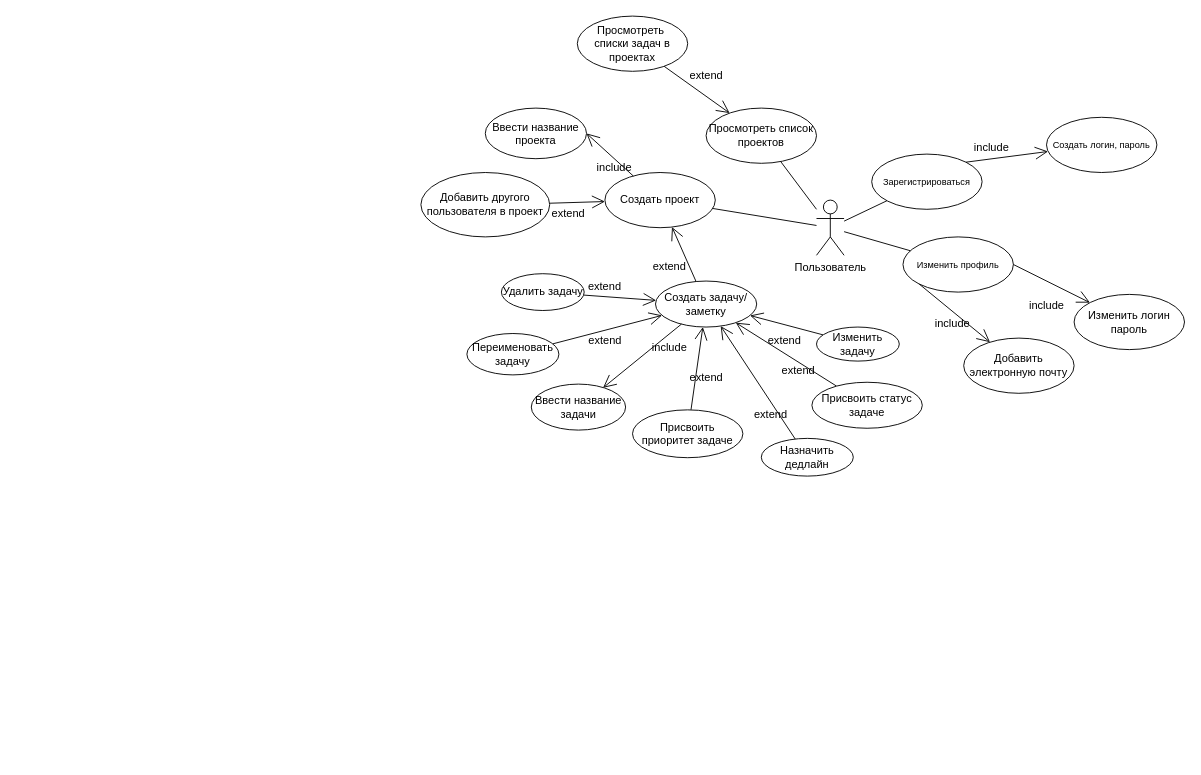
The draw.io diagram doc/use-case.drawio in DeeMassG/Task-Tracker, before the edit. Source tidied: cells renumbered, new cells numbered last; positions are measured from the earlier drawing's top-left corner, leaving out a move shared by most shapes. Both pictures are drawn from the tidied source at 92%, with x=0, y=0 at pixel (420, 16).
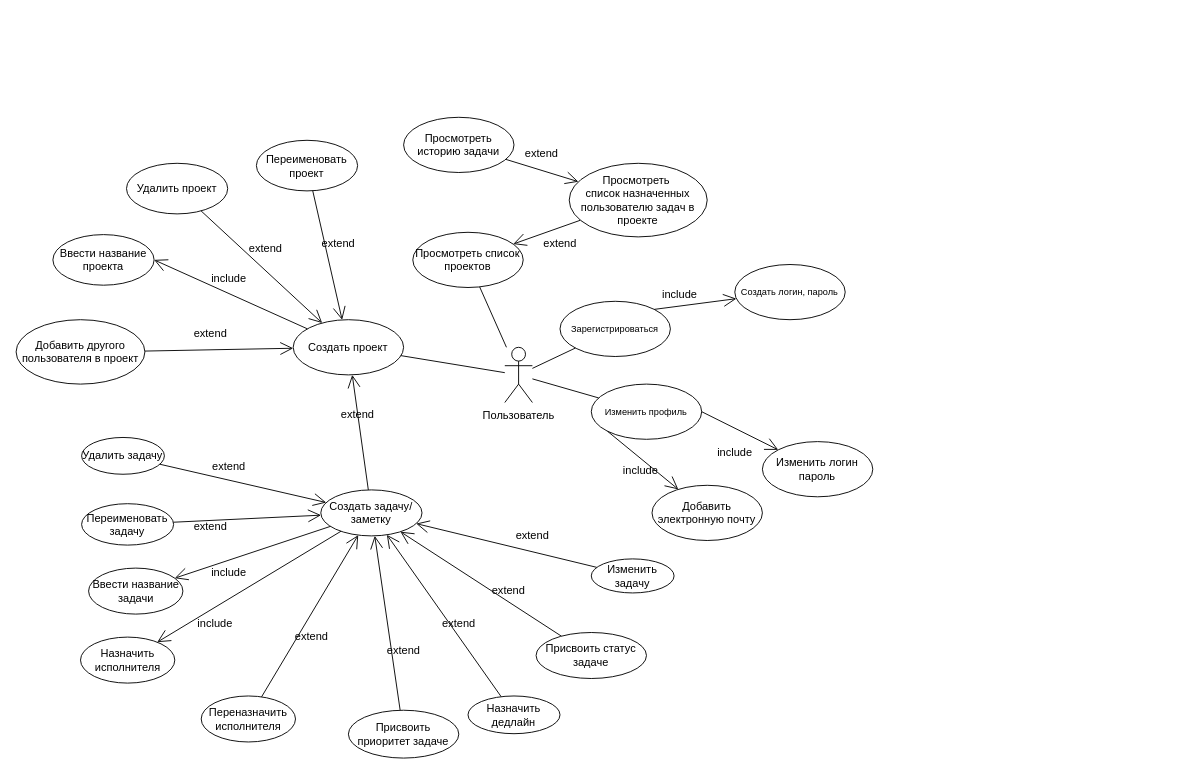
After the change.

Commit message (it also covers changes not shown here):
Добавлено несколько ВИ, добавлена сущность история задачи, изменено описание функционала приложения.

What changed in the source:
```diff
@@
     <mxCell id="2" value="Пользователь" style="shape=umlActor;verticalLabelPosition=bottom;verticalAlign=top;html=1;outlineConnect=0;" parent="1" vertex="1">
-      <mxGeometry x="430" y="200" width="30" height="60" as="geometry" />
+      <mxGeometry x="91.2" y="360" width="30" height="60" as="geometry" />
     </mxCell>
     <mxCell id="3" value="&lt;font style=&quot;font-size: 10px;&quot;&gt;Зарегистрироваться&lt;/font&gt;" style="ellipse;whiteSpace=wrap;html=1;" parent="1" vertex="1">
-      <mxGeometry x="490" y="150" width="120" height="60" as="geometry" />
+      <mxGeometry x="151.2" y="310" width="120" height="60" as="geometry" />
     </mxCell>
     <mxCell id="4" value="&lt;font style=&quot;font-size: 10px;&quot;&gt;Создать логин, пароль&lt;/font&gt;" style="ellipse;whiteSpace=wrap;html=1;" parent="1" vertex="1">
-      <mxGeometry x="680" y="110" width="120" height="60" as="geometry" />
+      <mxGeometry x="341.2" y="270" width="120" height="60" as="geometry" />
     </mxCell>
     <mxCell id="5" value="&lt;font style=&quot;font-size: 10px;&quot;&gt;Изменить профиль&lt;/font&gt;" style="ellipse;whiteSpace=wrap;html=1;" parent="1" vertex="1">
-      <mxGeometry x="524" y="240" width="120" height="60" as="geometry" />
+      <mxGeometry x="185.2" y="400" width="120" height="60" as="geometry" />
     </mxCell>
     <mxCell id="6" value="Добавить электронную почту" style="ellipse;whiteSpace=wrap;html=1;" parent="1" vertex="1">
-      <mxGeometry x="590" y="350" width="120" height="60" as="geometry" />
+      <mxGeometry x="251.2" y="510" width="120" height="60" as="geometry" />
     </mxCell>
     <mxCell id="7" value="Изменить логин&lt;br&gt;пароль" style="ellipse;whiteSpace=wrap;html=1;" parent="1" vertex="1">
-      <mxGeometry x="710" y="302.5" width="120" height="60" as="geometry" />
+      <mxGeometry x="371.2" y="462.5" width="120" height="60" as="geometry" />
     </mxCell>
-    <mxCell id="8" value="Просмотреть&amp;nbsp;&lt;br&gt;списки задач в проектах" style="ellipse;whiteSpace=wrap;html=1;" parent="1" vertex="1">
-      <mxGeometry x="170" width="120" height="60" as="geometry" />
+    <mxCell id="8" value="Просмотреть&amp;nbsp;&lt;br&gt;список назначенных пользователю задач в проекте" style="ellipse;whiteSpace=wrap;html=1;" parent="1" vertex="1">
+      <mxGeometry x="161.2" y="160" width="150" height="80" as="geometry" />
     </mxCell>
     <mxCell id="9" value="Ввести название проекта" style="ellipse;whiteSpace=wrap;html=1;" parent="1" vertex="1">
-      <mxGeometry x="70" y="100" width="110" height="55" as="geometry" />
+      <mxGeometry x="-400" y="237.5" width="110" height="55" as="geometry" />
     </mxCell>
     <mxCell id="10" value="Создать проект" style="ellipse;whiteSpace=wrap;html=1;" parent="1" vertex="1">
-      <mxGeometry x="200" y="170" width="120" height="60" as="geometry" />
+      <mxGeometry x="-138.8" y="330" width="120" height="60" as="geometry" />
     </mxCell>
     <mxCell id="11" value="Создать задачу/заметку" style="ellipse;whiteSpace=wrap;html=1;" parent="1" vertex="1">
-      <mxGeometry x="255" y="288" width="110" height="50" as="geometry" />
+      <mxGeometry x="-108.8" y="515" width="110" height="50" as="geometry" />
     </mxCell>
     <mxCell id="12" value="Просмотреть список&lt;br&gt;проектов" style="ellipse;whiteSpace=wrap;html=1;" parent="1" vertex="1">
-      <mxGeometry x="310" y="100" width="120" height="60" as="geometry" />
+      <mxGeometry x="-8.8" y="235" width="120" height="60" as="geometry" />
     </mxCell>
     <mxCell id="13" value="include" style="text;html=1;align=center;verticalAlign=middle;strokeColor=none;fillColor=none;" parent="1" vertex="1">
-      <mxGeometry x="180" y="150" width="60" height="30" as="geometry" />
+      <mxGeometry x="-238.8" y="270" width="60" height="30" as="geometry" />
     </mxCell>
@@
     <mxCell id="16" value="include" style="text;html=1;align=center;verticalAlign=middle;strokeColor=none;fillColor=none;" parent="1" vertex="1">
-      <mxGeometry x="650" y="300" width="60" height="30" as="geometry" />
+      <mxGeometry x="311.2" y="460" width="60" height="30" as="geometry" />
     </mxCell>
     <mxCell id="17" value="&lt;span style=&quot;text-align: center; text-wrap-mode: nowrap;&quot;&gt;include&lt;/span&gt;" style="text;whiteSpace=wrap;html=1;" parent="1" vertex="1">
-      <mxGeometry x="557" y="320" width="46" height="25" as="geometry" />
+      <mxGeometry x="218.2" y="480" width="46" height="25" as="geometry" />
     </mxCell>
@@
-    <mxCell id="22" style="endArrow=open;endFill=1;endSize=12;html=1;rounded=0;" parent="1" edge="1" source="37" target="11">
-      <mxGeometry relative="1" as="geometry" />
-    </mxCell>
@@
-    <mxCell id="29" style="endArrow=open;endFill=1;endSize=12;html=1;rounded=0;" parent="1" edge="1" source="11">
-      <mxGeometry relative="1" as="geometry">
-        <mxPoint x="198" y="404" as="targetPoint" />
-      </mxGeometry>
+    <mxCell id="29" style="endArrow=open;endFill=1;endSize=12;html=1;rounded=0;" parent="1" edge="1" source="11" target="41">
+      <mxGeometry relative="1" as="geometry" />
     </mxCell>
@@
     <mxCell id="34" value="extend" style="text;html=1;align=center;verticalAlign=middle;strokeColor=none;fillColor=none;" parent="1" vertex="1">
-      <mxGeometry x="130" y="200" width="60" height="30" as="geometry" />
+      <mxGeometry x="-258.8" y="330" width="60" height="30" as="geometry" />
     </mxCell>
     <mxCell id="35" value="Добавить другого пользователя в проект" style="ellipse;whiteSpace=wrap;html=1;" parent="1" vertex="1">
-      <mxGeometry y="170" width="140" height="70" as="geometry" />
+      <mxGeometry x="-440" y="330" width="140" height="70" as="geometry" />
     </mxCell>
-    <mxCell id="36" value="&lt;span style=&quot;text-align: center; text-wrap-mode: nowrap;&quot;&gt;extend&lt;/span&gt;" style="text;whiteSpace=wrap;html=1;" parent="1" vertex="1">
-      <mxGeometry x="180" y="280" width="70" height="40" as="geometry" />
-    </mxCell>
     <mxCell id="37" value="Удалить задачу" style="ellipse;whiteSpace=wrap;html=1;" parent="1" vertex="1">
-      <mxGeometry x="87.5" y="280" width="90" height="40" as="geometry" />
+      <mxGeometry x="-368.8" y="458" width="90" height="40" as="geometry" />
     </mxCell>
     <mxCell id="38" value="Изменить задачу" style="ellipse;whiteSpace=wrap;html=1;" parent="1" vertex="1">
-      <mxGeometry x="430" y="338" width="90" height="37" as="geometry" />
+      <mxGeometry x="185.2" y="590" width="90" height="37" as="geometry" />
     </mxCell>
     <mxCell id="39" value="extend" style="text;html=1;align=center;verticalAlign=middle;strokeColor=none;fillColor=none;" parent="1" vertex="1">
-      <mxGeometry x="240" y="258" width="60" height="30" as="geometry" />
+      <mxGeometry x="-98.8" y="418" width="60" height="30" as="geometry" />
     </mxCell>
     <mxCell id="40" value="extend" style="text;html=1;align=center;verticalAlign=middle;strokeColor=none;fillColor=none;" parent="1" vertex="1">
-      <mxGeometry x="365" y="338" width="60" height="30" as="geometry" />
+      <mxGeometry x="91.2" y="550" width="60" height="30" as="geometry" />
     </mxCell>
     <mxCell id="41" value="Ввести название&lt;br&gt;задачи" style="ellipse;whiteSpace=wrap;html=1;" parent="1" vertex="1">
-      <mxGeometry x="120" y="400" width="102.5" height="50" as="geometry" />
+      <mxGeometry x="-361.2" y="600" width="102.5" height="50" as="geometry" />
     </mxCell>
     <mxCell id="42" value="include" style="text;html=1;align=center;verticalAlign=middle;strokeColor=none;fillColor=none;" parent="1" vertex="1">
-      <mxGeometry x="240" y="345" width="60" height="30" as="geometry" />
+      <mxGeometry x="-238.8" y="590" width="60" height="30" as="geometry" />
     </mxCell>
     <mxCell id="43" value="extend" style="text;html=1;align=center;verticalAlign=middle;strokeColor=none;fillColor=none;" parent="1" vertex="1">
-      <mxGeometry x="280" y="50" width="60" height="30" as="geometry" />
+      <mxGeometry x="121.2" y="233" width="60" height="30" as="geometry" />
     </mxCell>
     <mxCell id="44" value="Присвоить статус задаче" style="ellipse;whiteSpace=wrap;html=1;" parent="1" vertex="1">
-      <mxGeometry x="425" y="398" width="120" height="50" as="geometry" />
+      <mxGeometry x="125.2" y="670" width="120" height="50" as="geometry" />
     </mxCell>
     <mxCell id="45" value="extend" style="text;html=1;align=center;verticalAlign=middle;strokeColor=none;fillColor=none;" parent="1" vertex="1">
-      <mxGeometry x="380" y="370" width="60" height="30" as="geometry" />
+      <mxGeometry x="65.2" y="610" width="60" height="30" as="geometry" />
     </mxCell>
     <mxCell id="46" value="Присвоить приоритет задаче" style="ellipse;whiteSpace=wrap;html=1;" parent="1" vertex="1">
-      <mxGeometry x="230" y="428" width="120" height="52" as="geometry" />
+      <mxGeometry x="-78.8" y="754.5" width="120" height="52" as="geometry" />
     </mxCell>
     <mxCell id="47" value="extend" style="text;html=1;align=center;verticalAlign=middle;strokeColor=none;fillColor=none;" parent="1" vertex="1">
-      <mxGeometry x="280" y="378" width="60" height="30" as="geometry" />
+      <mxGeometry x="-48.8" y="675" width="60" height="30" as="geometry" />
     </mxCell>
     <mxCell id="48" value="include" style="text;html=1;align=center;verticalAlign=middle;strokeColor=none;fillColor=none;" parent="1" vertex="1">
-      <mxGeometry x="590" y="128" width="60" height="30" as="geometry" />
+      <mxGeometry x="251.2" y="288" width="60" height="30" as="geometry" />
     </mxCell>
     <mxCell id="49" value="Переименовать задачу" style="ellipse;whiteSpace=wrap;html=1;" parent="1" vertex="1">
-      <mxGeometry x="50" y="345" width="100" height="45" as="geometry" />
+      <mxGeometry x="-368.8" y="530" width="100" height="45" as="geometry" />
     </mxCell>
     <mxCell id="50" value="extend" style="text;html=1;align=center;verticalAlign=middle;strokeColor=none;fillColor=none;" parent="1" vertex="1">
-      <mxGeometry x="170" y="338" width="60" height="30" as="geometry" />
+      <mxGeometry x="-258.8" y="540" width="60" height="30" as="geometry" />
     </mxCell>
     <mxCell id="51" value="Назначить дедлайн" style="ellipse;whiteSpace=wrap;html=1;" parent="1" vertex="1">
-      <mxGeometry x="370" y="459" width="100" height="41" as="geometry" />
+      <mxGeometry x="51.2" y="739" width="100" height="41" as="geometry" />
     </mxCell>
     <mxCell id="52" value="extend" style="text;html=1;align=center;verticalAlign=middle;strokeColor=none;fillColor=none;" parent="1" vertex="1">
-      <mxGeometry x="350" y="418" width="60" height="30" as="geometry" />
+      <mxGeometry x="11.2" y="645" width="60" height="30" as="geometry" />
     </mxCell>
+    <mxCell id="22" style="endArrow=open;endFill=1;endSize=12;html=1;rounded=0;" parent="1" edge="1" source="37" target="11">
+      <mxGeometry relative="1" as="geometry" />
+    </mxCell>
+    <mxCell id="53" value="extend" style="text;html=1;align=center;verticalAlign=middle;strokeColor=none;fillColor=none;" parent="1" vertex="1">
+      <mxGeometry x="-238.8" y="475" width="60" height="30" as="geometry" />
+    </mxCell>
+    <mxCell id="54" value="Назначить исполнителя" style="ellipse;whiteSpace=wrap;html=1;" parent="1" vertex="1">
+      <mxGeometry x="-370" y="675" width="102.5" height="50" as="geometry" />
+    </mxCell>
+    <mxCell id="55" style="endArrow=open;endFill=1;endSize=12;html=1;rounded=0;" parent="1" edge="1" source="11" target="54">
+      <mxGeometry relative="1" as="geometry" />
+    </mxCell>
+    <mxCell id="56" value="include" style="text;html=1;align=center;verticalAlign=middle;strokeColor=none;fillColor=none;" parent="1" vertex="1">
+      <mxGeometry x="-253.8" y="645" width="60" height="30" as="geometry" />
+    </mxCell>
+    <mxCell id="57" value="Переназначить исполнителя" style="ellipse;whiteSpace=wrap;html=1;" parent="1" vertex="1">
+      <mxGeometry x="-238.8" y="739" width="102.5" height="50" as="geometry" />
+    </mxCell>
+    <mxCell id="58" style="endArrow=open;endFill=1;endSize=12;html=1;rounded=0;" parent="1" edge="1" source="57" target="11">
+      <mxGeometry relative="1" as="geometry" />
+    </mxCell>
+    <mxCell id="59" value="extend" style="text;html=1;align=center;verticalAlign=middle;strokeColor=none;fillColor=none;" parent="1" vertex="1">
+      <mxGeometry x="-148.8" y="660" width="60" height="30" as="geometry" />
+    </mxCell>
+    <mxCell id="60" value="Просмотреть историю задачи" style="ellipse;whiteSpace=wrap;html=1;" parent="1" vertex="1">
+      <mxGeometry x="-18.8" y="110" width="120" height="60" as="geometry" />
+    </mxCell>
+    <mxCell id="61" style="endArrow=open;endFill=1;endSize=12;html=1;rounded=0;" parent="1" edge="1" source="60" target="8">
+      <mxGeometry relative="1" as="geometry" />
+    </mxCell>
+    <mxCell id="62" value="extend" style="text;html=1;align=center;verticalAlign=middle;strokeColor=none;fillColor=none;" parent="1" vertex="1">
+      <mxGeometry x="101.2" y="135" width="60" height="30" as="geometry" />
+    </mxCell>
+    <mxCell id="63" value="Удалить проект" style="ellipse;whiteSpace=wrap;html=1;" parent="1" vertex="1">
+      <mxGeometry x="-320" y="160" width="110" height="55" as="geometry" />
+    </mxCell>
+    <mxCell id="64" style="endArrow=open;endFill=1;endSize=12;html=1;rounded=0;" parent="1" edge="1" source="63" target="10">
+      <mxGeometry relative="1" as="geometry" />
+    </mxCell>
+    <mxCell id="65" value="extend" style="text;html=1;align=center;verticalAlign=middle;strokeColor=none;fillColor=none;" parent="1" vertex="1">
+      <mxGeometry x="-198.8" y="237.5" width="60" height="30" as="geometry" />
+    </mxCell>
+    <mxCell id="66" value="Переименовать проект" style="ellipse;whiteSpace=wrap;html=1;" parent="1" vertex="1">
+      <mxGeometry x="-178.8" y="135" width="110" height="55" as="geometry" />
+    </mxCell>
+    <mxCell id="67" style="endArrow=open;endFill=1;endSize=12;html=1;rounded=0;" parent="1" edge="1" source="66" target="10">
+      <mxGeometry relative="1" as="geometry" />
+    </mxCell>
+    <mxCell id="68" value="extend" style="text;html=1;align=center;verticalAlign=middle;strokeColor=none;fillColor=none;" parent="1" vertex="1">
+      <mxGeometry x="-120" y="233" width="60" height="30" as="geometry" />
+    </mxCell>
```
